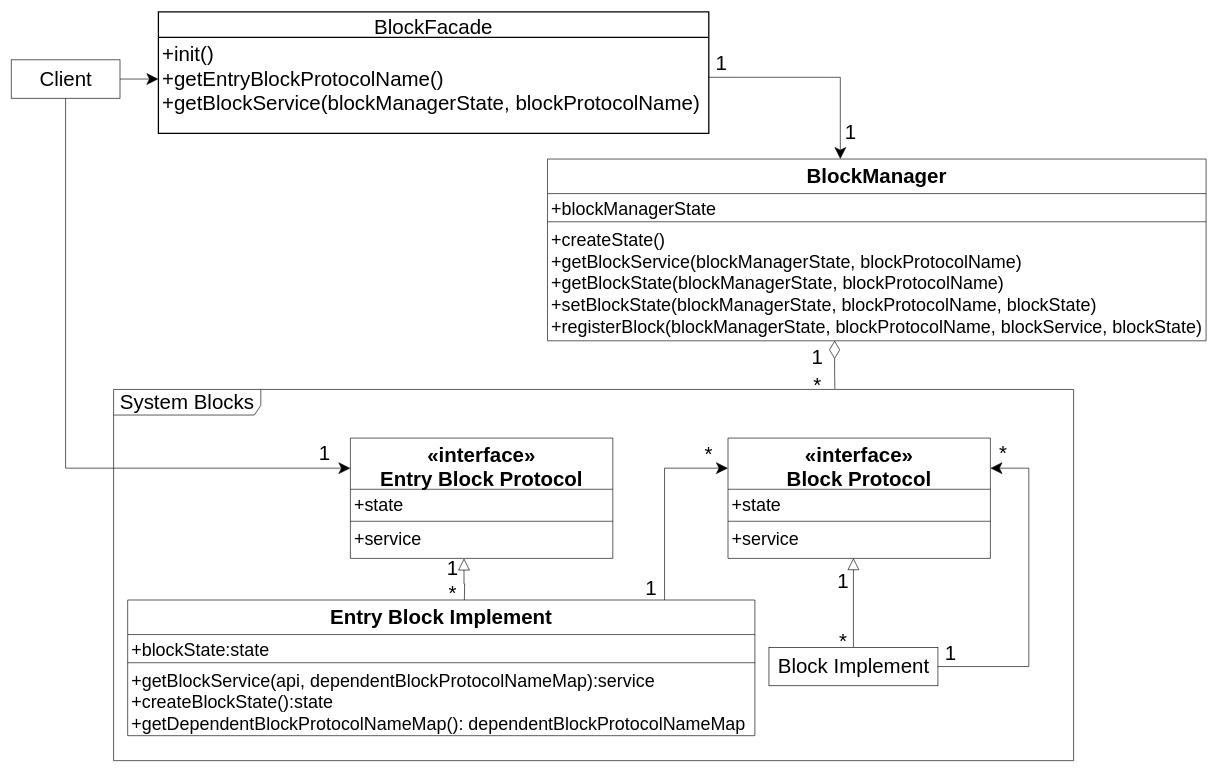
yyc-git/3DProgramPattern keeps this draw.io diagram as packages/积木模式/role_abstract/UML.drawio. Above is the earlier version. Source tidied: cells renumbered, new cells numbered last; positions are measured from the earlier drawing's top-left corner, leaving out a move shared by most shapes. Both pictures are drawn from the tidied source at 64%, with x=0, y=0 at pixel (11, 12).
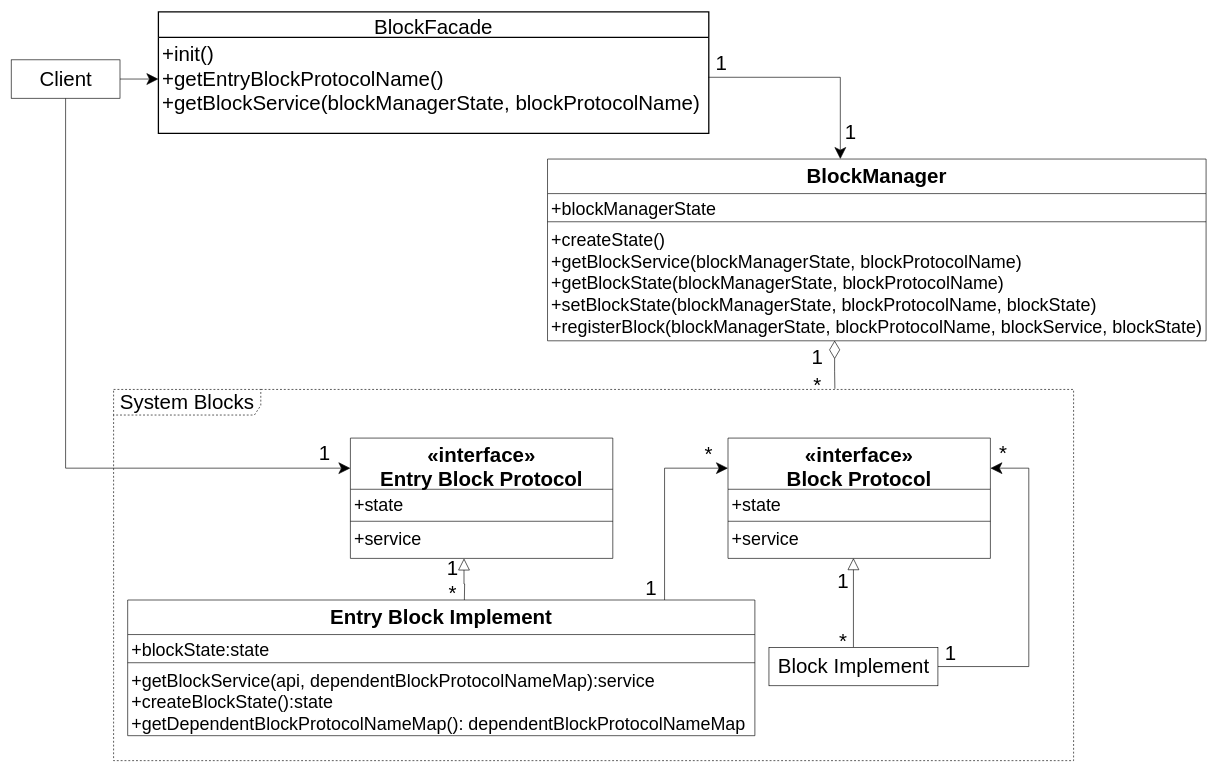
After the change.

The edit, as a diff of the source:
```diff
@@
-    <mxCell id="4" value="&lt;font style=&quot;font-size: 32px&quot;&gt;System Blocks&lt;/font&gt;" style="shape=umlFrame;whiteSpace=wrap;html=1;width=230;height=40;fontSize=32;" parent="1" vertex="1">
+    <mxCell id="4" value="&lt;font style=&quot;font-size: 32px&quot;&gt;System Blocks&lt;/font&gt;" style="shape=umlFrame;whiteSpace=wrap;html=1;width=230;height=40;fontSize=32;dashed=1;" parent="1" vertex="1">
       <mxGeometry x="160" y="590" width="1500" height="580" as="geometry" />
     </mxCell>
```
